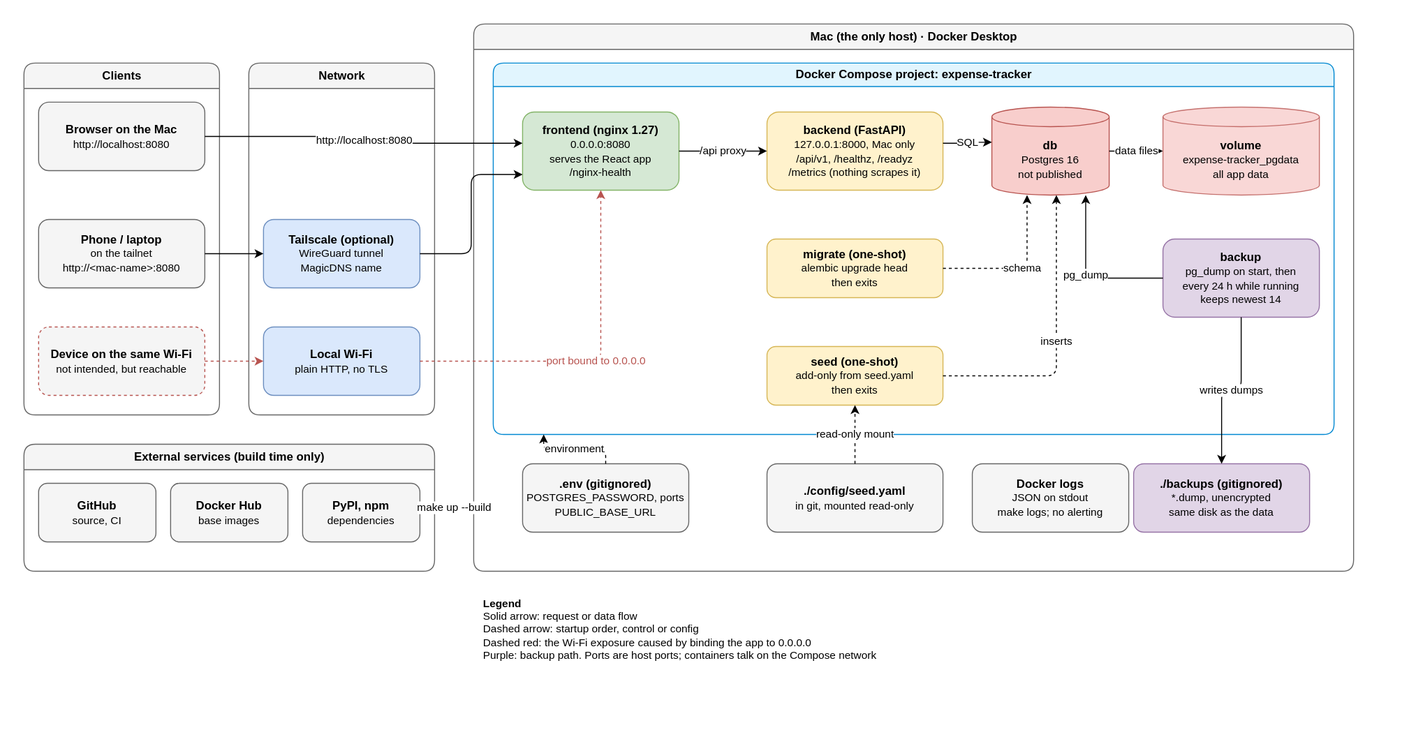
Before: expense-tracker/docs/diagrams/system-architecture.drawio.svg, a diagram exported from draw.io (suraj9741/personal-finance-workbook). Source tidied: cells renumbered, new cells last; positions are measured from the earlier drawing's top-left corner, leaving out a move shared by most shapes.
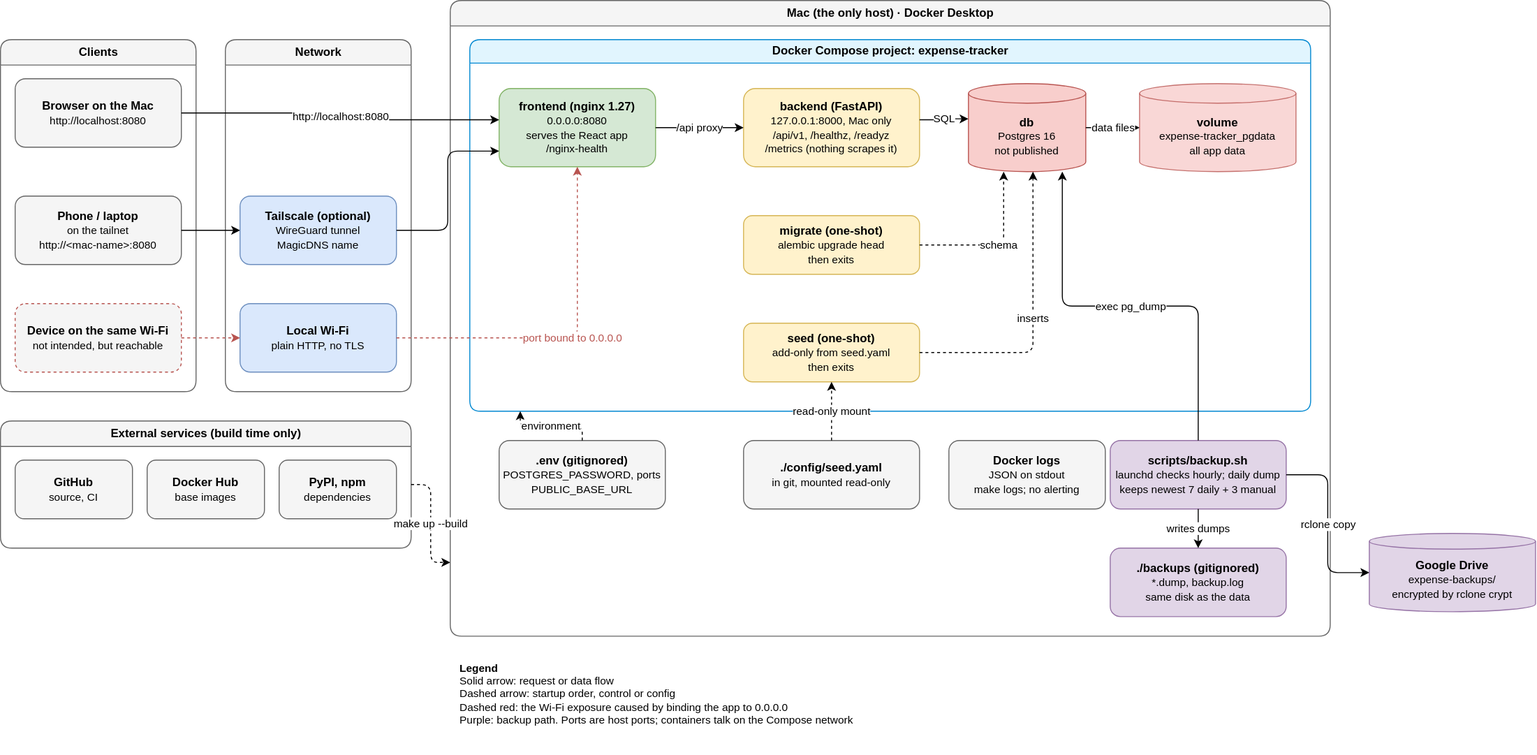
The same diagram one commit later.

Commit message:
Prune the Mac only after Drive has a copy; redraw the backup diagrams

Diff of the diagram source:
```diff
@@ -24,7 +24,7 @@
       <mxGeometry x="15" y="270" width="160" height="70" as="geometry" />
     </mxCell>
     <mxCell id="9" value="Mac (the only host) · Docker Desktop" style="swimlane;startSize=26;html=1;rounded=1;fillColor=#f5f5f5;strokeColor=#666666;" parent="1" vertex="1">
-      <mxGeometry x="460" width="900" height="560" as="geometry" />
+      <mxGeometry x="460" width="900" height="650" as="geometry" />
     </mxCell>
     <mxCell id="10" value="Docker Compose project: expense-tracker" style="swimlane;startSize=24;html=1;rounded=1;fillColor=#e1f5fe;strokeColor=#0288d1;" parent="9" vertex="1">
       <mxGeometry x="20" y="40" width="860" height="380" as="geometry" />
@@ -47,9 +47,6 @@
     <mxCell id="16" value="&lt;b&gt;seed (one-shot)&lt;/b&gt;&lt;br&gt;&lt;font style=&quot;font-size:11px&quot;&gt;add-only from seed.yaml&lt;br&gt;then exits&lt;/font&gt;" style="rounded=1;whiteSpace=wrap;html=1;fillColor=#fff2cc;strokeColor=#d6b656;" parent="10" vertex="1">
       <mxGeometry x="280" y="290" width="180" height="60" as="geometry" />
     </mxCell>
-    <mxCell id="17" value="&lt;b&gt;backup&lt;/b&gt;&lt;br&gt;&lt;font style=&quot;font-size:11px&quot;&gt;pg_dump on start, then&lt;br&gt;every 24 h while running&lt;br&gt;keeps newest 14&lt;/font&gt;" style="rounded=1;whiteSpace=wrap;html=1;fillColor=#e1d5e7;strokeColor=#9673a6;" parent="10" vertex="1">
-      <mxGeometry x="685" y="180" width="160" height="80" as="geometry" />
-    </mxCell>
     <mxCell id="18" value="/api proxy" style="edgeStyle=orthogonalEdgeStyle;rounded=1;html=1;endArrow=classic;fontSize=11;labelBackgroundColor=default;" parent="10" edge="1" source="11" target="12">
       <mxGeometry relative="1" as="geometry" />
     </mxCell>
@@ -65,7 +62,10 @@
     <mxCell id="22" value="inserts" style="edgeStyle=orthogonalEdgeStyle;rounded=1;html=1;endArrow=classic;fontSize=11;labelBackgroundColor=default;dashed=1;exitX=1;exitY=0.5;entryX=0.55;entryY=1;" parent="10" edge="1" source="16" target="13">
       <mxGeometry relative="1" as="geometry" />
     </mxCell>
+    <mxCell id="17" value="&lt;b&gt;scripts/backup.sh&lt;/b&gt;&lt;br&gt;&lt;font style=&quot;font-size:11px&quot;&gt;launchd checks hourly; daily dump&lt;br&gt;keeps newest 7 daily + 3 manual&lt;/font&gt;" style="rounded=1;whiteSpace=wrap;html=1;fillColor=#e1d5e7;strokeColor=#9673a6;" parent="9" vertex="1">
+      <mxGeometry x="675" y="450" width="180" height="70" as="geometry" />
+    </mxCell>
-    <mxCell id="23" value="pg_dump" style="edgeStyle=orthogonalEdgeStyle;rounded=1;html=1;endArrow=classic;fontSize=11;labelBackgroundColor=default;exitX=0;exitY=0.5;entryX=0.8;entryY=1;" parent="10" edge="1" source="17" target="13">
+    <mxCell id="23" value="exec pg_dump" style="edgeStyle=orthogonalEdgeStyle;rounded=1;html=1;endArrow=classic;fontSize=11;labelBackgroundColor=default;exitX=0.5;exitY=0;entryX=0.8;entryY=1;" parent="9" edge="1" source="17" target="13">
       <mxGeometry relative="1" as="geometry" />
     </mxCell>
     <mxCell id="24" value="&lt;b&gt;.env (gitignored)&lt;/b&gt;&lt;br&gt;&lt;font style=&quot;font-size:11px&quot;&gt;POSTGRES_PASSWORD, ports&lt;br&gt;PUBLIC_BASE_URL&lt;/font&gt;" style="rounded=1;whiteSpace=wrap;html=1;fillColor=#f5f5f5;strokeColor=#666666;" parent="9" vertex="1">
@@ -77,8 +77,8 @@
     <mxCell id="26" value="&lt;b&gt;Docker logs&lt;/b&gt;&lt;br&gt;&lt;font style=&quot;font-size:11px&quot;&gt;JSON on stdout&lt;br&gt;make logs; no alerting&lt;/font&gt;" style="rounded=1;whiteSpace=wrap;html=1;fillColor=#f5f5f5;strokeColor=#666666;" parent="9" vertex="1">
       <mxGeometry x="510" y="450" width="160" height="70" as="geometry" />
     </mxCell>
-    <mxCell id="27" value="&lt;b&gt;./backups (gitignored)&lt;/b&gt;&lt;br&gt;&lt;font style=&quot;font-size:11px&quot;&gt;*.dump, unencrypted&lt;br&gt;same disk as the data&lt;/font&gt;" style="rounded=1;whiteSpace=wrap;html=1;fillColor=#e1d5e7;strokeColor=#9673a6;" parent="9" vertex="1">
-      <mxGeometry x="675" y="450" width="180" height="70" as="geometry" />
+    <mxCell id="27" value="&lt;b&gt;./backups (gitignored)&lt;/b&gt;&lt;br&gt;&lt;font style=&quot;font-size:11px&quot;&gt;*.dump, backup.log&lt;br&gt;same disk as the data&lt;/font&gt;" style="rounded=1;whiteSpace=wrap;html=1;fillColor=#e1d5e7;strokeColor=#9673a6;" parent="9" vertex="1">
+      <mxGeometry x="675" y="560" width="180" height="70" as="geometry" />
     </mxCell>
     <mxCell id="28" value="writes dumps" style="edgeStyle=orthogonalEdgeStyle;rounded=1;html=1;endArrow=classic;fontSize=11;labelBackgroundColor=default;exitX=0.5;exitY=1;entryX=0.5;entryY=0;" parent="9" edge="1" source="17" target="27">
       <mxGeometry relative="1" as="geometry" />
@@ -120,7 +120,13 @@
       <mxGeometry relative="1" as="geometry" />
     </mxCell>
     <mxCell id="41" value="&lt;b&gt;Legend&lt;/b&gt;&lt;br&gt;Solid arrow: request or data flow&lt;br&gt;Dashed arrow: startup order, control or config&lt;br&gt;Dashed red: the Wi-Fi exposure caused by binding the app to 0.0.0.0&lt;br&gt;Purple: backup path. Ports are host ports; containers talk on the Compose network" style="text;html=1;whiteSpace=wrap;align=left;verticalAlign=top;fontSize=11;spacingLeft=8;" parent="1" vertex="1">
-      <mxGeometry x="460" y="580" width="900" height="100" as="geometry" />
+      <mxGeometry x="460" y="670" width="900" height="100" as="geometry" />
     </mxCell>
+    <mxCell id="42" value="&lt;b&gt;Google Drive&lt;/b&gt;&lt;br&gt;&lt;font style=&quot;font-size:11px&quot;&gt;expense-backups/&lt;br&gt;encrypted by rclone crypt&lt;/font&gt;" style="shape=cylinder3;whiteSpace=wrap;html=1;boundedLbl=1;size=8;fillColor=#e1d5e7;strokeColor=#9673a6;" parent="1" vertex="1">
+      <mxGeometry x="1400" y="545" width="170" height="80" as="geometry" />
+    </mxCell>
+    <mxCell id="43" value="rclone copy" style="edgeStyle=orthogonalEdgeStyle;rounded=1;html=1;endArrow=classic;fontSize=11;labelBackgroundColor=default;exitX=1;exitY=0.5;entryX=0;entryY=0.5;" parent="1" edge="1" source="17" target="42">
+      <mxGeometry relative="1" as="geometry" />
+    </mxCell>
   </root>
 </mxGraphModel>
```
